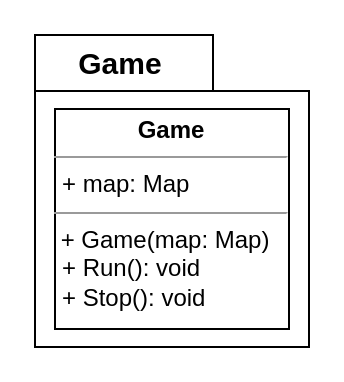
This is page "Game" (6 of 8) of Roguelike/roguelike.drawio from victoriafomina/Software-Design, a draw.io file, before an edit. Source tidied: cells renumbered, new cells numbered last; positions are measured from the earlier drawing's top-left corner, leaving out a move shared by most shapes. Both pictures are drawn from the tidied source at 200%, with x=0, y=0 at pixel (34, 34).
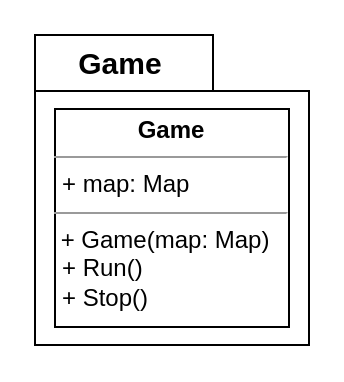
Above is the later version.

Change to the diagram source:
```diff
@@
 <mxGraphModel>
   <root>
     <mxCell id="0" />
     <mxCell id="1" parent="0" />
     <mxCell id="2" style="shape=folder;fontStyle=1;spacingTop=10;tabWidth=89;tabHeight=28;tabPosition=left;html=1;fontSize=15;" parent="1" vertex="1">
-      <mxGeometry width="137" height="156" as="geometry" />
+      <mxGeometry width="137" height="155" as="geometry" />
     </mxCell>
-    <mxCell id="3" value="&lt;p style=&quot;margin: 0px ; margin-top: 4px ; text-align: center&quot;&gt;&lt;b&gt;Game&lt;/b&gt;&lt;/p&gt;&lt;hr size=&quot;1&quot;&gt;&lt;p style=&quot;margin: 0px ; margin-left: 4px&quot;&gt;+ map: Map&lt;/p&gt;&lt;hr size=&quot;1&quot;&gt;&amp;nbsp;+ Game(map: Map)&lt;br&gt;&lt;p style=&quot;margin: 0px ; margin-left: 4px&quot;&gt;+ Run(): void&lt;br&gt;+ Stop(): void&lt;br&gt;&lt;/p&gt;" style="verticalAlign=top;align=left;overflow=fill;fontSize=12;fontFamily=Helvetica;html=1;" parent="1" vertex="1">
-      <mxGeometry x="10" y="37" width="117" height="110" as="geometry" />
+    <mxCell id="3" value="&lt;p style=&quot;margin: 0px ; margin-top: 4px ; text-align: center&quot;&gt;&lt;b&gt;Game&lt;/b&gt;&lt;/p&gt;&lt;hr size=&quot;1&quot;&gt;&lt;p style=&quot;margin: 0px ; margin-left: 4px&quot;&gt;+ map: Map&lt;/p&gt;&lt;hr size=&quot;1&quot;&gt;&amp;nbsp;+ Game(map: Map)&lt;br&gt;&lt;p style=&quot;margin: 0px ; margin-left: 4px&quot;&gt;+ Run()&lt;br&gt;+ Stop()&lt;br&gt;&lt;/p&gt;" style="verticalAlign=top;align=left;overflow=fill;fontSize=12;fontFamily=Helvetica;html=1;" parent="1" vertex="1">
+      <mxGeometry x="10" y="37" width="117" height="109" as="geometry" />
     </mxCell>
     <mxCell id="4" value="&lt;b&gt;Game&lt;/b&gt;" style="text;html=1;strokeColor=none;fillColor=none;align=center;verticalAlign=middle;whiteSpace=wrap;rounded=0;fontSize=15;" parent="1" vertex="1">
       <mxGeometry x="13" width="60" height="28" as="geometry" />
     </mxCell>
   </root>
 </mxGraphModel>
```
